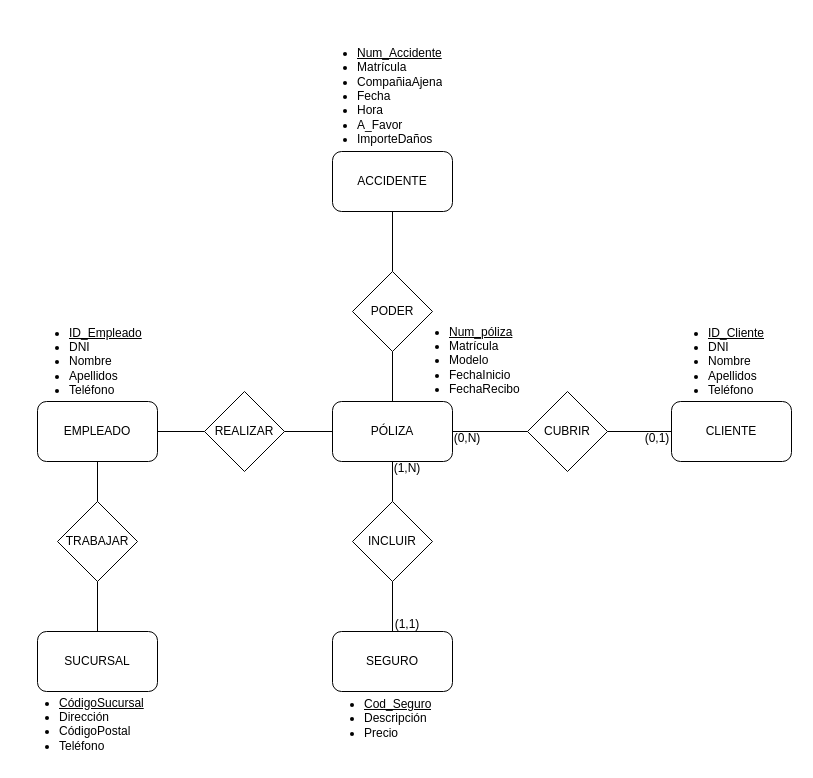
Above: BASES DE DADES/RA6/Actividad 7.drawio in Naderi14/DAM (draw.io), before the change. Source tidied: cells renumbered, new cells numbered last; positions are measured from the earlier drawing's top-left corner, leaving out a move shared by most shapes. Both pictures are drawn from the tidied source at 100%, with x=0, y=0 at pixel (17, 17).
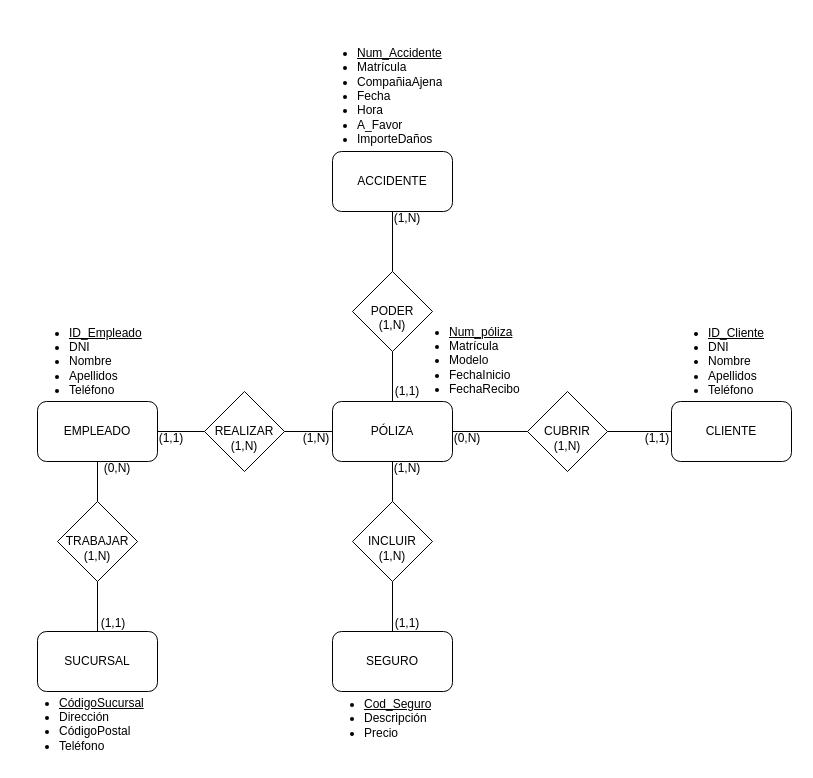
The same diagram, later.

Commit message (it also covers changes not shown here):
Tarea del UML relacional ejercicio 7 terminada

Diff of the diagram source:
```diff
@@
-    <mxCell id="30" value="(0,1)" style="text;html=1;align=center;verticalAlign=middle;whiteSpace=wrap;rounded=0;" parent="1" vertex="1">
+    <mxCell id="30" value="(1,1)" style="text;html=1;align=center;verticalAlign=middle;whiteSpace=wrap;rounded=0;" parent="1" vertex="1">
       <mxGeometry x="610" y="406" width="60" height="30" as="geometry" />
     </mxCell>
@@
     <mxCell id="32" value="(1,1)" style="text;html=1;align=center;verticalAlign=middle;whiteSpace=wrap;rounded=0;" parent="1" vertex="1">
-      <mxGeometry x="360" y="592" width="60" height="30" as="geometry" />
+      <mxGeometry x="360" y="591" width="60" height="30" as="geometry" />
     </mxCell>
+    <mxCell id="33" value="(0,N)" style="text;html=1;align=center;verticalAlign=middle;whiteSpace=wrap;rounded=0;" parent="1" vertex="1">
+      <mxGeometry x="70" y="436" width="60" height="30" as="geometry" />
+    </mxCell>
+    <mxCell id="34" value="(1,1)" style="text;html=1;align=center;verticalAlign=middle;whiteSpace=wrap;rounded=0;" parent="1" vertex="1">
+      <mxGeometry x="66" y="591" width="60" height="30" as="geometry" />
+    </mxCell>
+    <mxCell id="35" value="(1,N)" style="text;html=1;align=center;verticalAlign=middle;whiteSpace=wrap;rounded=0;" parent="1" vertex="1">
+      <mxGeometry x="50" y="524" width="60" height="30" as="geometry" />
+    </mxCell>
+    <mxCell id="36" value="(1,N)" style="text;html=1;align=center;verticalAlign=middle;whiteSpace=wrap;rounded=0;" parent="1" vertex="1">
+      <mxGeometry x="345" y="524" width="60" height="30" as="geometry" />
+    </mxCell>
+    <mxCell id="37" value="(1,N)" style="text;html=1;align=center;verticalAlign=middle;whiteSpace=wrap;rounded=0;" parent="1" vertex="1">
+      <mxGeometry x="269" y="406" width="60" height="30" as="geometry" />
+    </mxCell>
+    <mxCell id="38" value="(1,1)" style="text;html=1;align=center;verticalAlign=middle;whiteSpace=wrap;rounded=0;" parent="1" vertex="1">
+      <mxGeometry x="124" y="406" width="60" height="30" as="geometry" />
+    </mxCell>
+    <mxCell id="39" value="(1,N)" style="text;html=1;align=center;verticalAlign=middle;whiteSpace=wrap;rounded=0;" parent="1" vertex="1">
+      <mxGeometry x="197" y="414" width="60" height="30" as="geometry" />
+    </mxCell>
+    <mxCell id="40" value="(1,N)" style="text;html=1;align=center;verticalAlign=middle;whiteSpace=wrap;rounded=0;" parent="1" vertex="1">
+      <mxGeometry x="520" y="414" width="60" height="30" as="geometry" />
+    </mxCell>
+    <mxCell id="41" value="(1,N)" style="text;html=1;align=center;verticalAlign=middle;whiteSpace=wrap;rounded=0;" parent="1" vertex="1">
+      <mxGeometry x="360" y="186" width="60" height="30" as="geometry" />
+    </mxCell>
+    <mxCell id="42" value="(1,1)" style="text;html=1;align=center;verticalAlign=middle;whiteSpace=wrap;rounded=0;" parent="1" vertex="1">
+      <mxGeometry x="360" y="359" width="60" height="30" as="geometry" />
+    </mxCell>
+    <mxCell id="43" value="(1,N)" style="text;html=1;align=center;verticalAlign=middle;whiteSpace=wrap;rounded=0;" parent="1" vertex="1">
+      <mxGeometry x="345" y="293" width="60" height="30" as="geometry" />
+    </mxCell>
```
